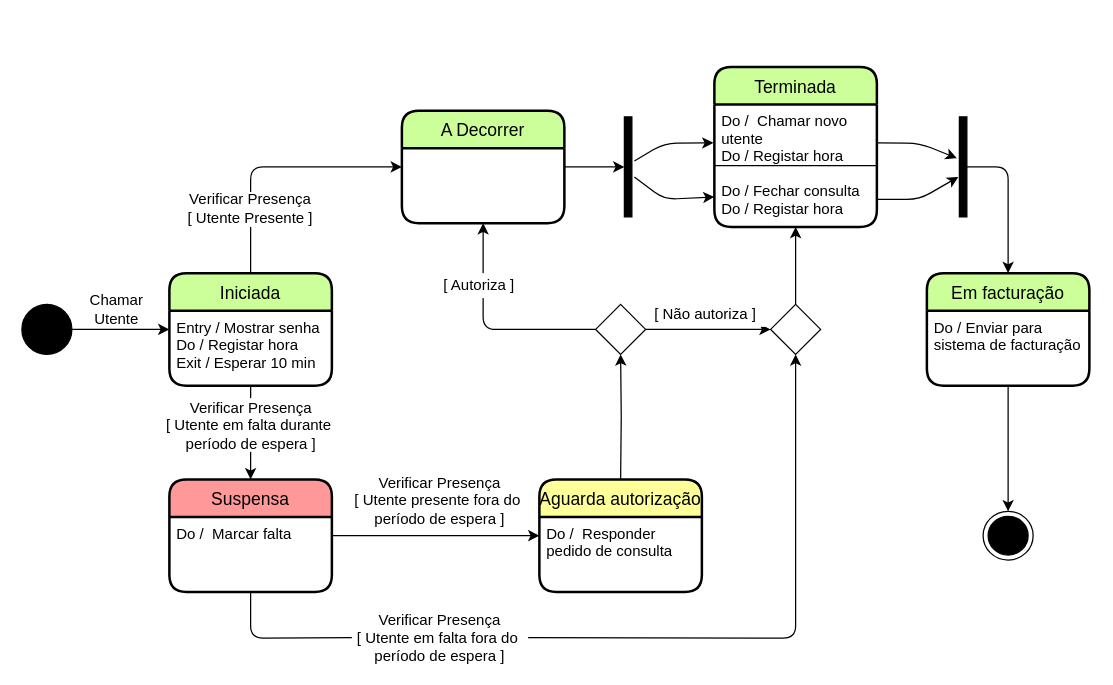
This is Diagrama de Estados - Consulta.drawio from getSierralta/Si-Centro-Hospitalar-Upskill, a draw.io file, before an edit. Source tidied: cells renumbered, new cells numbered last; positions are measured from the earlier drawing's top-left corner, leaving out a move shared by most shapes. Both pictures are drawn from the tidied source at 125%, with x=0, y=0 at pixel (21, 66).
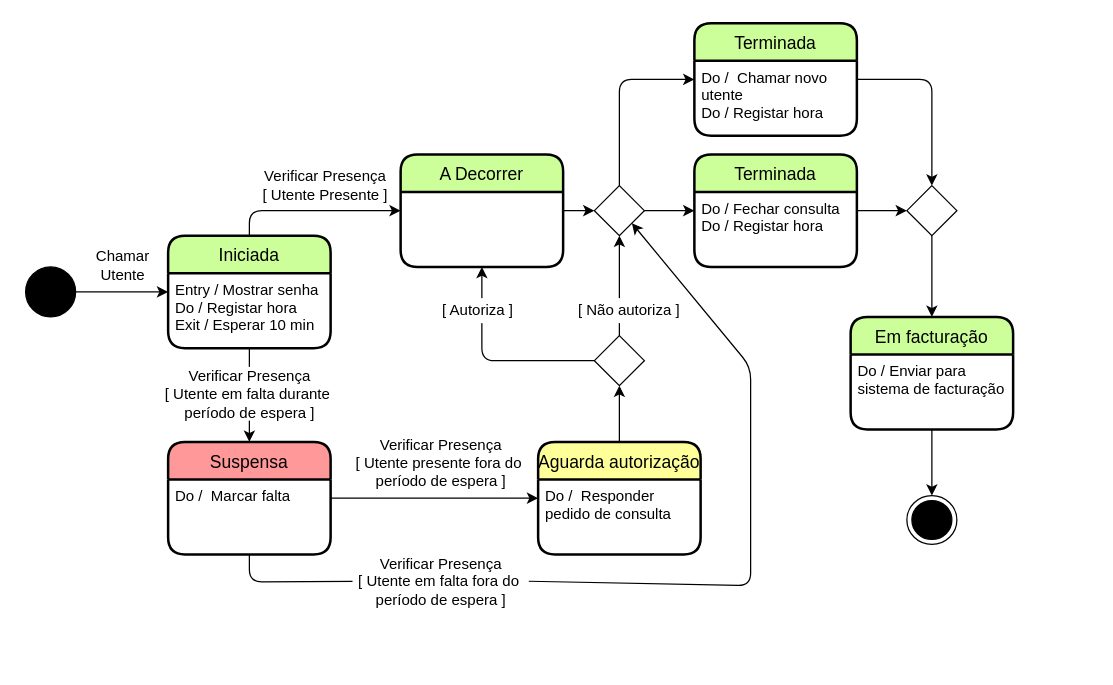
The same page after the edit.

Unchanged cells that the change refers to:
```xml
<mxCell id="3" value="Entry / Mostrar senha&#10;Do / Registar hora&#10;Exit / Esperar 10 min" style="align=left;strokeColor=none;fillColor=none;spacingLeft=4;fontSize=12;verticalAlign=top;" parent="2" vertex="1">
  <mxGeometry y="30" width="130" height="60" as="geometry" />
</mxCell>
```

Diff of the diagram source:
```diff
@@
     <mxCell id="2" value="Iniciada" style="swimlane;horizontal=1;startSize=30;rounded=1;fontSize=14;fontStyle=0;strokeWidth=2;shadow=0;dashed=0;align=center;fillColor=#CCFF99;" parent="1" vertex="1">
-      <mxGeometry x="118" y="165" width="130" height="90" as="geometry" />
+      <mxGeometry x="117" y="135" width="130" height="90" as="geometry" />
     </mxCell>
@@
     <mxCell id="5" style="ellipse;whiteSpace=wrap;html=1;fillColor=#000000;" parent="1" vertex="1">
-      <mxGeometry y="190" width="40" height="40" as="geometry" />
+      <mxGeometry x="3" y="160" width="40" height="40" as="geometry" />
     </mxCell>
     <mxCell id="6" value="Chamar &lt;br&gt;Utente" style="text;html=1;strokeColor=none;align=center;verticalAlign=middle;whiteSpace=wrap;rounded=0;fillColor=#ffffff;" parent="1" vertex="1">
-      <mxGeometry x="48" y="180" width="56" height="28" as="geometry" />
+      <mxGeometry x="53" y="145" width="56" height="28" as="geometry" />
     </mxCell>
-    <mxCell id="7" style="edgeStyle=orthogonalEdgeStyle;rounded=0;jettySize=auto;html=1;entryX=0.5;entryY=1;entryDx=0;entryDy=0;" parent="1" edge="1" source="8" target="15">
+    <mxCell id="7" style="edgeStyle=orthogonalEdgeStyle;rounded=0;jettySize=auto;html=1;entryX=0;entryY=0.5;entryDx=0;entryDy=0;" parent="1" edge="1" source="8" target="34">
       <mxGeometry relative="1" as="geometry" />
     </mxCell>
     <mxCell id="8" value="A Decorrer" style="swimlane;horizontal=1;startSize=30;rounded=1;fontSize=14;fontStyle=0;strokeWidth=2;shadow=0;dashed=0;align=center;fillColor=#CCFF99;" parent="1" vertex="1">
-      <mxGeometry x="304" y="35" width="130" height="90" as="geometry" />
+      <mxGeometry x="303" y="70" width="130" height="90" as="geometry" />
     </mxCell>
     <mxCell id="9" value="Verificar Presença&lt;br&gt;[ Utente Presente ]" style="text;html=1;strokeColor=none;align=center;verticalAlign=middle;whiteSpace=wrap;rounded=0;fillColor=#ffffff;" parent="1" vertex="1">
-      <mxGeometry x="128" y="98" width="110" height="30" as="geometry" />
+      <mxGeometry x="188" y="80" width="110" height="30" as="geometry" />
     </mxCell>
-    <mxCell id="10" style="edgeStyle=orthogonalEdgeStyle;rounded=0;jettySize=auto;html=1;entryX=0.5;entryY=0;entryDx=0;entryDy=0;" parent="1" edge="1" source="3">
-      <mxGeometry relative="1" as="geometry">
-        <mxPoint x="183" y="330" as="targetPoint" />
-      </mxGeometry>
+    <mxCell id="10" style="edgeStyle=orthogonalEdgeStyle;rounded=0;jettySize=auto;html=1;entryX=0.5;entryY=0;entryDx=0;entryDy=0;" parent="1" edge="1" source="3" target="13">
+      <mxGeometry relative="1" as="geometry" />
     </mxCell>
     <mxCell id="11" value="Verificar Presença&lt;br&gt;[ Utente em falta durante&amp;nbsp;&lt;br&gt;período de espera ]" style="text;html=1;strokeColor=none;align=center;verticalAlign=middle;whiteSpace=wrap;rounded=0;fillColor=#ffffff;" parent="1" vertex="1">
-      <mxGeometry x="112.5" y="265" width="141" height="43" as="geometry" />
+      <mxGeometry x="111.5" y="240" width="141" height="43" as="geometry" />
     </mxCell>
@@
     <mxCell id="13" value="Suspensa" style="swimlane;horizontal=1;startSize=30;rounded=1;fontSize=14;fontStyle=0;strokeWidth=2;shadow=0;dashed=0;align=center;fillColor=#FF9999;" parent="1" vertex="1">
-      <mxGeometry x="118" y="330" width="130" height="90" as="geometry" />
+      <mxGeometry x="117" y="300" width="130" height="90" as="geometry" />
     </mxCell>
@@
-    <mxCell id="15" style="rounded=0;whiteSpace=wrap;html=1;fillColor=#000000;direction=south;" parent="1" vertex="1">
-      <mxGeometry x="482" y="40" width="6" height="80" as="geometry" />
-    </mxCell>
+    <mxCell id="45" style="edgeStyle=orthogonalEdgeStyle;rounded=0;jettySize=auto;html=1;entryX=0;entryY=0.5;entryDx=0;entryDy=0;exitX=1;exitY=0.25;exitDx=0;exitDy=0;" parent="1" edge="1" source="17" target="51">
+      <mxGeometry relative="1" as="geometry" />
+    </mxCell>
     <mxCell id="16" value="Terminada" style="swimlane;horizontal=1;startSize=30;rounded=1;fontSize=14;fontStyle=0;strokeWidth=2;shadow=0;dashed=0;align=center;fillColor=#CCFF99;" parent="1" vertex="1">
-      <mxGeometry x="554" width="130" height="128" as="geometry" />
+      <mxGeometry x="538" y="70" width="130" height="90" as="geometry" />
     </mxCell>
-    <mxCell id="17" value="Do /  Chamar novo&#10;utente&#10;Do / Registar hora&#10;&#10;Do / Fechar consulta&#10;Do / Registar hora" style="align=left;strokeColor=none;fillColor=none;spacingLeft=4;fontSize=12;verticalAlign=top;" parent="16" vertex="1">
-      <mxGeometry y="30" width="130" height="98" as="geometry" />
+    <mxCell id="17" value="Do / Fechar consulta&#10;Do / Registar hora" style="align=left;strokeColor=none;fillColor=none;spacingLeft=4;fontSize=12;verticalAlign=top;" parent="16" vertex="1">
+      <mxGeometry y="30" width="130" height="60" as="geometry" />
     </mxCell>
-    <mxCell id="18" style="endArrow=none;html=1;entryX=0;entryY=0.5;entryDx=0;entryDy=0;exitX=1;exitY=0.5;exitDx=0;exitDy=0;" parent="16" edge="1" source="17" target="17">
-      <mxGeometry relative="1" as="geometry" />
-    </mxCell>
-    <mxCell id="19" style="endArrow=classic;html=1;exitX=0.442;exitY=-0.333;exitDx=0;exitDy=0;exitPerimeter=0;entryX=-0.006;entryY=0.314;entryDx=0;entryDy=0;entryPerimeter=0;" parent="1" edge="1" source="15" target="17">
-      <mxGeometry relative="1" as="geometry">
-        <Array as="points">
-          <mxPoint x="514" y="61" />
-        </Array>
-      </mxGeometry>
-    </mxCell>
-    <mxCell id="20" style="endArrow=classic;html=1;" parent="1" edge="1">
-      <mxGeometry relative="1" as="geometry">
-        <mxPoint x="490" y="88" as="sourcePoint" />
-        <mxPoint x="554" y="104" as="targetPoint" />
-        <Array as="points">
-          <mxPoint x="514" y="106" />
-        </Array>
-      </mxGeometry>
-    </mxCell>
-    <mxCell id="21" style="rounded=0;whiteSpace=wrap;html=1;fillColor=#000000;direction=south;" parent="1" vertex="1">
-      <mxGeometry x="750" y="40" width="6" height="80" as="geometry" />
-    </mxCell>
-    <mxCell id="22" style="endArrow=classic;html=1;exitX=0.997;exitY=0.314;exitDx=0;exitDy=0;entryX=0.413;entryY=1.333;entryDx=0;entryDy=0;entryPerimeter=0;exitPerimeter=0;" parent="1" edge="1" source="17" target="21">
-      <mxGeometry relative="1" as="geometry">
-        <Array as="points">
-          <mxPoint x="718" y="61" />
-        </Array>
-      </mxGeometry>
-    </mxCell>
-    <mxCell id="23" style="endArrow=classic;html=1;entryX=0.6;entryY=1.133;entryDx=0;entryDy=0;entryPerimeter=0;" parent="1" edge="1" target="21">
-      <mxGeometry relative="1" as="geometry">
-        <mxPoint x="684" y="106" as="sourcePoint" />
-        <Array as="points">
-          <mxPoint x="718" y="106" />
-        </Array>
-      </mxGeometry>
-    </mxCell>
     <mxCell id="24" style="ellipse;html=1;shape=endState;fillColor=#000000;" parent="1" vertex="1">
-      <mxGeometry x="769" y="355.5" width="40" height="39" as="geometry" />
+      <mxGeometry x="708" y="343" width="40" height="39" as="geometry" />
     </mxCell>
-    <mxCell id="25" style="endArrow=classic;html=1;entryX=0;entryY=0.5;entryDx=0;entryDy=0;" parent="1" edge="1" target="8">
+    <mxCell id="25" style="endArrow=classic;html=1;entryX=0;entryY=0.5;entryDx=0;entryDy=0;exitX=0.5;exitY=0;exitDx=0;exitDy=0;" parent="1" edge="1" source="2" target="8">
       <mxGeometry relative="1" as="geometry">
-        <mxPoint x="183" y="100" as="sourcePoint" />
         <Array as="points">
-          <mxPoint x="183" y="80" />
+          <mxPoint x="182" y="115" />
         </Array>
       </mxGeometry>
     </mxCell>
-    <mxCell id="26" style="endArrow=none;html=1;exitX=0.5;exitY=1;exitDx=0;exitDy=0;entryX=0.5;entryY=0;entryDx=0;entryDy=0;" parent="1" edge="1" source="9" target="2">
-      <mxGeometry relative="1" as="geometry" />
-    </mxCell>
     <mxCell id="27" value="Verificar Presença&lt;br&gt;[ Utente em falta fora do&amp;nbsp;&lt;br&gt;período de espera ]" style="text;html=1;strokeColor=none;align=center;verticalAlign=middle;whiteSpace=wrap;rounded=0;fillColor=#ffffff;" parent="1" vertex="1">
-      <mxGeometry x="264" y="435" width="141" height="43" as="geometry" />
+      <mxGeometry x="264.5" y="390" width="141" height="43" as="geometry" />
     </mxCell>
-    <mxCell id="28" style="endArrow=classic;html=1;entryX=0.5;entryY=1;entryDx=0;entryDy=0;exitX=0.5;exitY=0;exitDx=0;exitDy=0;" parent="1" edge="1" source="34" target="17">
-      <mxGeometry relative="1" as="geometry" />
-    </mxCell>
     <mxCell id="29" style="endArrow=none;html=1;exitX=0.5;exitY=1;exitDx=0;exitDy=0;entryX=0;entryY=0.5;entryDx=0;entryDy=0;" parent="1" edge="1" source="13" target="27">
       <mxGeometry relative="1" as="geometry">
         <Array as="points">
-          <mxPoint x="183" y="457" />
+          <mxPoint x="182" y="412" />
         </Array>
       </mxGeometry>
     </mxCell>
-    <mxCell id="30" style="edgeStyle=orthogonalEdgeStyle;rounded=0;jettySize=auto;html=1;entryX=0.5;entryY=1;entryDx=0;entryDy=0;" parent="1" edge="1" target="33">
-      <mxGeometry relative="1" as="geometry">
-        <mxPoint x="479" y="330" as="sourcePoint" />
-      </mxGeometry>
+    <mxCell id="30" style="edgeStyle=orthogonalEdgeStyle;rounded=0;jettySize=auto;html=1;entryX=0.5;entryY=1;entryDx=0;entryDy=0;exitX=0.5;exitY=0;exitDx=0;exitDy=0;" parent="1" edge="1" source="37" target="33">
+      <mxGeometry relative="1" as="geometry" />
     </mxCell>
     <mxCell id="31" value="Verificar Presença&lt;br&gt;[ Utente presente fora do&amp;nbsp;&lt;br&gt;período de espera ]" style="text;html=1;strokeColor=none;align=center;verticalAlign=middle;whiteSpace=wrap;rounded=0;fillColor=#ffffff;" parent="1" vertex="1">
-      <mxGeometry x="264" y="325" width="141" height="43" as="geometry" />
+      <mxGeometry x="264.5" y="295" width="141" height="43" as="geometry" />
     </mxCell>
-    <mxCell id="32" style="edgeStyle=orthogonalEdgeStyle;rounded=0;jettySize=auto;html=1;entryX=0;entryY=0.5;entryDx=0;entryDy=0;" parent="1" edge="1" source="33" target="34">
+    <mxCell id="32" style="edgeStyle=orthogonalEdgeStyle;rounded=0;jettySize=auto;html=1;entryX=0.5;entryY=1;entryDx=0;entryDy=0;" parent="1" edge="1" source="33" target="34">
       <mxGeometry relative="1" as="geometry" />
     </mxCell>
     <mxCell id="33" style="rhombus;whiteSpace=wrap;html=1;fillColor=#FFFFFF;" parent="1" vertex="1">
-      <mxGeometry x="459" y="190" width="40" height="40" as="geometry" />
+      <mxGeometry x="458" y="215" width="40" height="40" as="geometry" />
     </mxCell>
+    <mxCell id="46" style="edgeStyle=orthogonalEdgeStyle;rounded=0;jettySize=auto;html=1;entryX=0;entryY=0.5;entryDx=0;entryDy=0;" parent="1" edge="1" source="34" target="16">
+      <mxGeometry relative="1" as="geometry" />
+    </mxCell>
     <mxCell id="34" style="rhombus;whiteSpace=wrap;html=1;fillColor=#FFFFFF;" parent="1" vertex="1">
-      <mxGeometry x="599" y="190" width="40" height="40" as="geometry" />
+      <mxGeometry x="458" y="95" width="40" height="40" as="geometry" />
     </mxCell>
-    <mxCell id="35" style="endArrow=classic;html=1;entryX=0.5;entryY=1;entryDx=0;entryDy=0;exitX=1;exitY=0.5;exitDx=0;exitDy=0;" parent="1" edge="1" source="27" target="34">
-      <mxGeometry relative="1" as="geometry">
-        <Array as="points">
-          <mxPoint x="619" y="457" />
-        </Array>
-      </mxGeometry>
-    </mxCell>
     <mxCell id="36" style="endArrow=classic;html=1;exitX=0;exitY=0.5;exitDx=0;exitDy=0;entryX=0.5;entryY=1;entryDx=0;entryDy=0;" parent="1" edge="1" source="33" target="8">
       <mxGeometry relative="1" as="geometry">
         <Array as="points">
-          <mxPoint x="369" y="210" />
+          <mxPoint x="368" y="235" />
         </Array>
       </mxGeometry>
     </mxCell>
     <mxCell id="37" value="Aguarda autorização" style="swimlane;horizontal=1;startSize=30;rounded=1;fontSize=14;fontStyle=0;strokeWidth=2;shadow=0;dashed=0;align=center;fillColor=#FFFF99;" parent="1" vertex="1">
-      <mxGeometry x="414" y="330" width="130" height="90" as="geometry" />
+      <mxGeometry x="413" y="300" width="130" height="90" as="geometry" />
     </mxCell>
@@
     <mxCell id="39" value="[ Autoriza ]" style="text;html=1;strokeColor=none;align=center;verticalAlign=middle;whiteSpace=wrap;rounded=0;fillColor=#ffffff;" parent="1" vertex="1">
-      <mxGeometry x="334" y="165" width="64" height="20" as="geometry" />
+      <mxGeometry x="333" y="185" width="64" height="20" as="geometry" />
     </mxCell>
     <mxCell id="40" value="[ Não autoriza ]" style="text;html=1;strokeColor=none;align=center;verticalAlign=middle;whiteSpace=wrap;rounded=0;fillColor=#ffffff;" parent="1" vertex="1">
-      <mxGeometry x="499" y="188" width="96" height="20" as="geometry" />
+      <mxGeometry x="438" y="185" width="96" height="20" as="geometry" />
     </mxCell>
     <mxCell id="41" value="Em facturação" style="swimlane;horizontal=1;startSize=30;rounded=1;fontSize=14;fontStyle=0;strokeWidth=2;shadow=0;dashed=0;align=center;fillColor=#CCFF99;" parent="1" vertex="1">
-      <mxGeometry x="724" y="165" width="130" height="90" as="geometry" />
+      <mxGeometry x="663" y="200" width="130" height="90" as="geometry" />
     </mxCell>
@@
-    <mxCell id="43" style="endArrow=classic;html=1;entryX=0.5;entryY=0;entryDx=0;entryDy=0;exitX=0.5;exitY=0;exitDx=0;exitDy=0;" parent="1" edge="1" source="21" target="41">
-      <mxGeometry relative="1" as="geometry">
-        <Array as="points">
-          <mxPoint x="789" y="80" />
-        </Array>
-      </mxGeometry>
-    </mxCell>
@@
+    <mxCell id="47" value="Terminada" style="swimlane;horizontal=1;startSize=30;rounded=1;fontSize=14;fontStyle=0;strokeWidth=2;shadow=0;dashed=0;align=center;fillColor=#CCFF99;" parent="1" vertex="1">
+      <mxGeometry x="538" y="-35" width="130" height="90" as="geometry" />
+    </mxCell>
+    <mxCell id="48" value="Do /  Chamar novo&#10;utente&#10;Do / Registar hora&#10;" style="align=left;strokeColor=none;fillColor=none;spacingLeft=4;fontSize=12;verticalAlign=top;" parent="47" vertex="1">
+      <mxGeometry y="30" width="130" height="60" as="geometry" />
+    </mxCell>
+    <mxCell id="49" style="endArrow=classic;html=1;exitX=0.5;exitY=0;exitDx=0;exitDy=0;entryX=0;entryY=0.5;entryDx=0;entryDy=0;" parent="1" edge="1" source="34" target="47">
+      <mxGeometry relative="1" as="geometry">
+        <Array as="points">
+          <mxPoint x="478" y="10" />
+        </Array>
+      </mxGeometry>
+    </mxCell>
+    <mxCell id="50" style="edgeStyle=orthogonalEdgeStyle;rounded=0;jettySize=auto;html=1;entryX=0.5;entryY=0;entryDx=0;entryDy=0;" parent="1" edge="1" source="51" target="41">
+      <mxGeometry relative="1" as="geometry" />
+    </mxCell>
+    <mxCell id="51" style="rhombus;whiteSpace=wrap;html=1;fillColor=#FFFFFF;" parent="1" vertex="1">
+      <mxGeometry x="708" y="95" width="40" height="40" as="geometry" />
+    </mxCell>
+    <mxCell id="52" style="endArrow=classic;html=1;entryX=0.5;entryY=0;entryDx=0;entryDy=0;" parent="1" edge="1" target="51">
+      <mxGeometry relative="1" as="geometry">
+        <mxPoint x="668" y="10" as="sourcePoint" />
+        <Array as="points">
+          <mxPoint x="728" y="10" />
+        </Array>
+      </mxGeometry>
+    </mxCell>
+    <mxCell id="35" style="endArrow=classic;html=1;exitX=1;exitY=0.5;exitDx=0;exitDy=0;entryX=1;entryY=1;entryDx=0;entryDy=0;" parent="1" edge="1" source="27" target="34">
+      <mxGeometry relative="1" as="geometry">
+        <Array as="points">
+          <mxPoint x="583" y="415" />
+          <mxPoint x="583" y="240" />
+        </Array>
+      </mxGeometry>
+    </mxCell>
```
